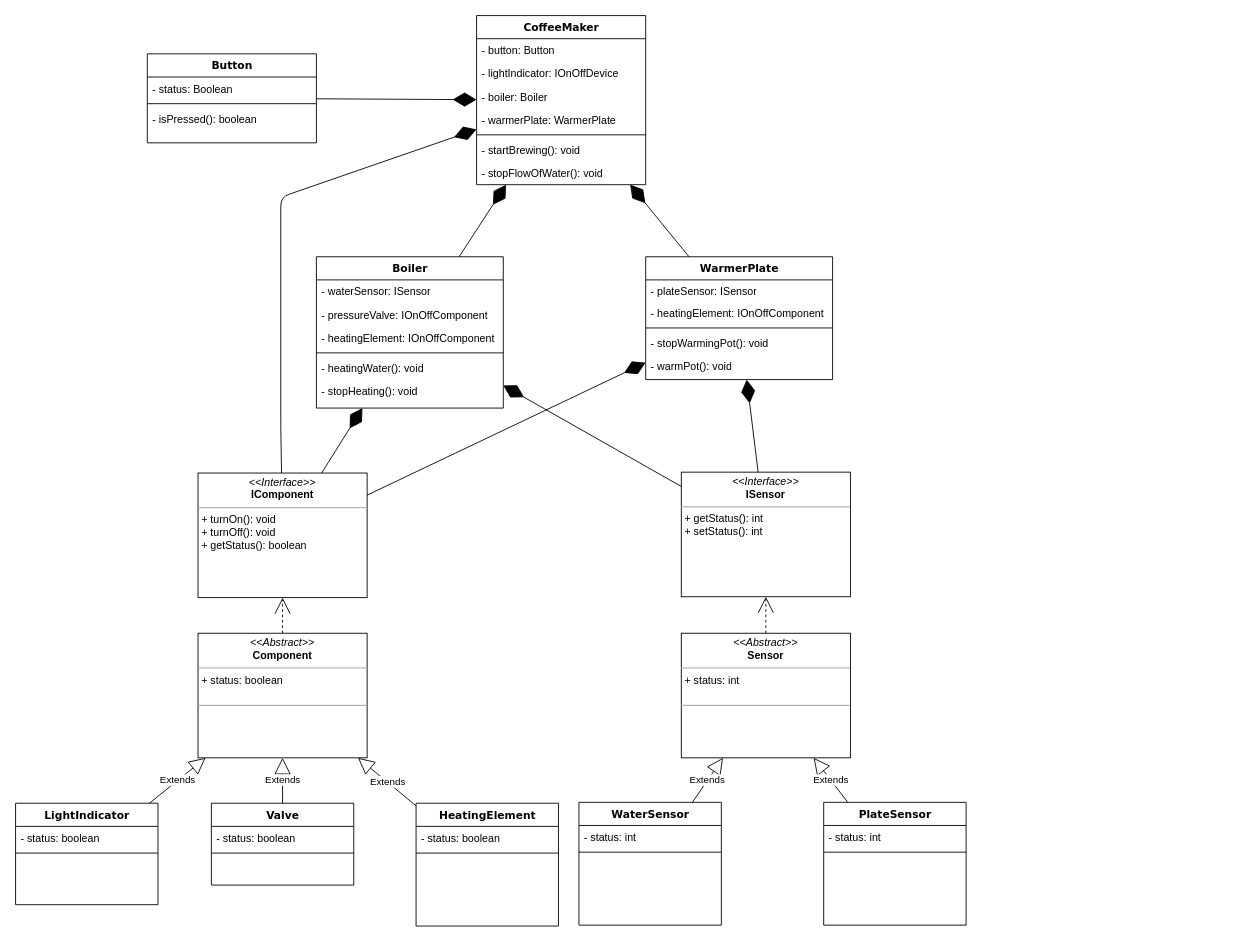
The draw.io diagram Resources/CoffeeMaker.drawio in aburgosu/CoffeeMaker-JAM, before the edit. Source tidied: cells renumbered, new cells numbered last; positions are measured from the earlier drawing's top-left corner, leaving out a move shared by most shapes. Both pictures are drawn from the tidied source at 89%, with x=0, y=0 at pixel (15, 15).
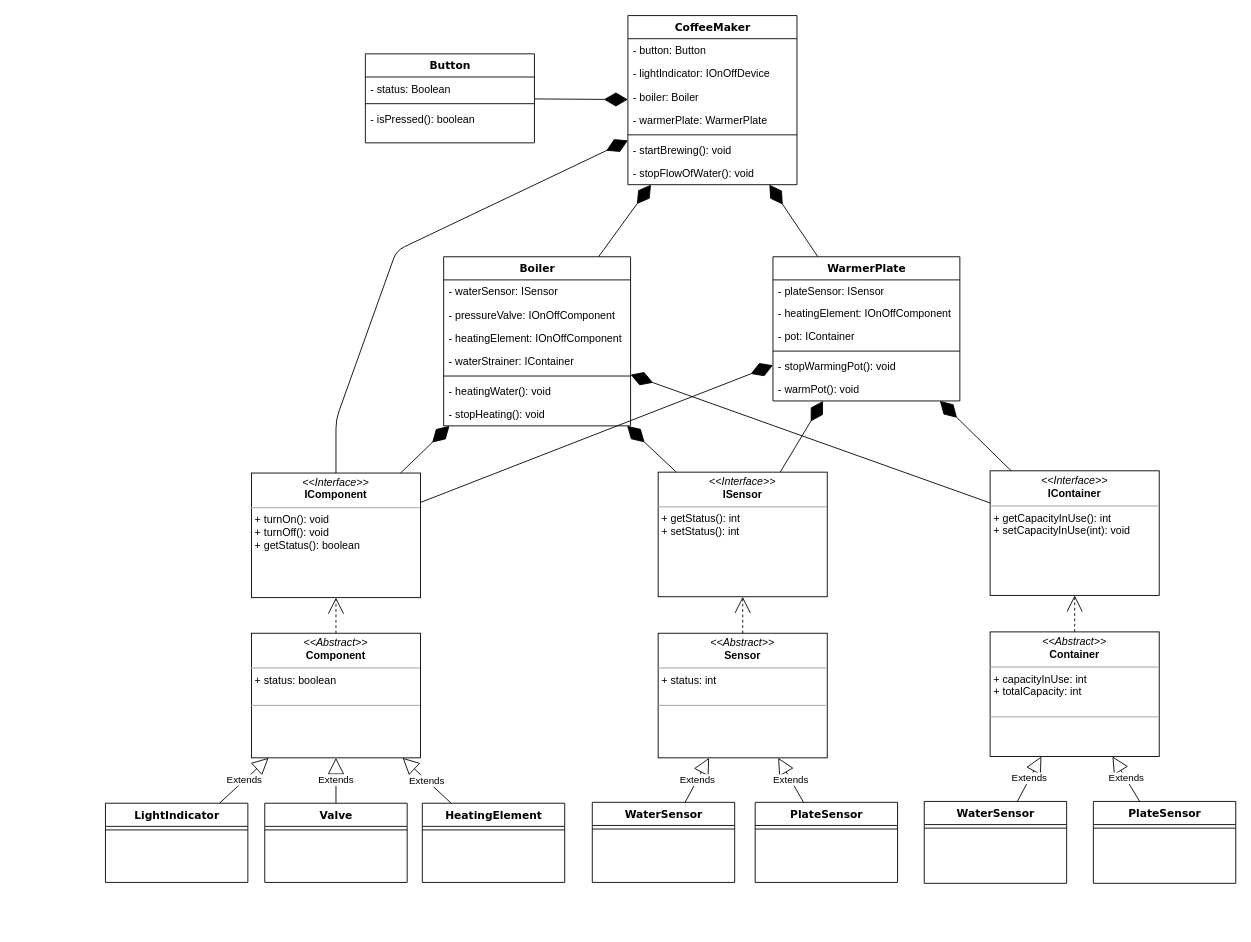
After the change.

Commit message (it also covers changes not shown here):
Container class and interface added in class diagram

Diff of the diagram source:
```diff
@@
     <mxCell id="2" value="LightIndicator" style="swimlane;html=1;fontStyle=1;align=center;verticalAlign=top;horizontal=1;startSize=26;swimlaneFillColor=#ffffff;rounded=0;shadow=0;comic=0;labelBackgroundColor=none;strokeColor=#000000;strokeWidth=1;fillColor=none;fontFamily=Verdana;fontSize=12;fontColor=#000000;" parent="1" vertex="1">
-      <mxGeometry y="885" width="160" height="114" as="geometry" />
+      <mxGeometry x="101" y="885" width="160" height="89" as="geometry" />
     </mxCell>
-    <mxCell id="3" value="- status: boolean" style="text;html=1;strokeColor=none;fillColor=none;align=left;verticalAlign=top;spacingLeft=4;spacingRight=4;whiteSpace=wrap;overflow=hidden;" parent="2" vertex="1">
-      <mxGeometry y="26" width="160" height="26" as="geometry" />
-    </mxCell>
     <mxCell id="4" style="line;html=1;strokeWidth=1;fillColor=none;align=left;verticalAlign=middle;spacingTop=-1;spacingLeft=3;spacingRight=3;labelPosition=right;" parent="2" vertex="1">
-      <mxGeometry y="52" width="160" height="8" as="geometry" />
+      <mxGeometry y="26" width="160" height="8" as="geometry" />
     </mxCell>
     <mxCell id="5" value="Valve" style="swimlane;html=1;fontStyle=1;align=center;verticalAlign=top;horizontal=1;startSize=26;swimlaneFillColor=#ffffff;rounded=0;shadow=0;comic=0;labelBackgroundColor=none;strokeColor=#000000;strokeWidth=1;fillColor=none;fontFamily=Verdana;fontSize=12;fontColor=#000000;" parent="1" vertex="1">
-      <mxGeometry x="220" y="885" width="160" height="92" as="geometry" />
+      <mxGeometry x="280" y="885" width="160" height="89" as="geometry" />
     </mxCell>
-    <mxCell id="6" value="- status: boolean" style="text;html=1;strokeColor=none;fillColor=none;align=left;verticalAlign=top;spacingLeft=4;spacingRight=4;whiteSpace=wrap;overflow=hidden;" parent="5" vertex="1">
-      <mxGeometry y="26" width="160" height="26" as="geometry" />
-    </mxCell>
     <mxCell id="7" style="line;html=1;strokeWidth=1;fillColor=none;align=left;verticalAlign=middle;spacingTop=-1;spacingLeft=3;spacingRight=3;labelPosition=right;" parent="5" vertex="1">
-      <mxGeometry y="52" width="160" height="8" as="geometry" />
+      <mxGeometry y="26" width="160" height="8" as="geometry" />
     </mxCell>
     <mxCell id="8" value="HeatingElement" style="swimlane;html=1;fontStyle=1;align=center;verticalAlign=top;horizontal=1;startSize=26;swimlaneFillColor=#ffffff;rounded=0;shadow=0;comic=0;labelBackgroundColor=none;strokeColor=#000000;strokeWidth=1;fillColor=none;fontFamily=Verdana;fontSize=12;fontColor=#000000;" parent="1" vertex="1">
-      <mxGeometry x="450" y="885" width="160" height="138" as="geometry" />
+      <mxGeometry x="457" y="885" width="160" height="89" as="geometry" />
     </mxCell>
-    <mxCell id="9" value="- status: boolean" style="text;html=1;strokeColor=none;fillColor=none;align=left;verticalAlign=top;spacingLeft=4;spacingRight=4;whiteSpace=wrap;overflow=hidden;" parent="8" vertex="1">
-      <mxGeometry y="26" width="160" height="26" as="geometry" />
-    </mxCell>
     <mxCell id="10" style="line;html=1;strokeWidth=1;fillColor=none;align=left;verticalAlign=middle;spacingTop=-1;spacingLeft=3;spacingRight=3;labelPosition=right;" parent="8" vertex="1">
-      <mxGeometry y="52" width="160" height="8" as="geometry" />
+      <mxGeometry y="26" width="160" height="8" as="geometry" />
     </mxCell>
     <mxCell id="11" value="&lt;p style=&quot;margin: 0px ; margin-top: 4px ; text-align: center&quot;&gt;&lt;i&gt;&amp;lt;&amp;lt;Interface&amp;gt;&amp;gt;&lt;/i&gt;&lt;br&gt;&lt;b&gt;IComponent&lt;/b&gt;&lt;/p&gt;&lt;hr size=&quot;1&quot;&gt;&lt;p style=&quot;margin: 0px ; margin-left: 4px&quot;&gt;&lt;/p&gt;&lt;p style=&quot;margin: 0px ; margin-left: 4px&quot;&gt;+ turnOn(): void&lt;br&gt;+ turnOff(): void&lt;/p&gt;&lt;p style=&quot;margin: 0px ; margin-left: 4px&quot;&gt;+ getStatus(): boolean&lt;/p&gt;" style="verticalAlign=top;align=left;overflow=fill;fontSize=12;fontFamily=Helvetica;html=1;rounded=0;shadow=0;comic=0;labelBackgroundColor=none;strokeColor=#000000;strokeWidth=1;fillColor=#ffffff;" parent="1" vertex="1">
-      <mxGeometry x="205" y="514" width="190" height="140" as="geometry" />
+      <mxGeometry x="265" y="514" width="190" height="140" as="geometry" />
     </mxCell>
     <mxCell id="12" value="&lt;p style=&quot;margin: 0px ; margin-top: 4px ; text-align: center&quot;&gt;&lt;i&gt;&amp;lt;&amp;lt;Interface&amp;gt;&amp;gt;&lt;/i&gt;&lt;br&gt;&lt;b&gt;ISensor&lt;/b&gt;&lt;/p&gt;&lt;hr size=&quot;1&quot;&gt;&lt;p style=&quot;margin: 0px ; margin-left: 4px&quot;&gt;&lt;/p&gt;&lt;p style=&quot;margin: 0px ; margin-left: 4px&quot;&gt;+ getStatus(): int&lt;/p&gt;&lt;p style=&quot;margin: 0px ; margin-left: 4px&quot;&gt;+ setStatus(): int&lt;/p&gt;" style="verticalAlign=top;align=left;overflow=fill;fontSize=12;fontFamily=Helvetica;html=1;rounded=0;shadow=0;comic=0;labelBackgroundColor=none;strokeColor=#000000;strokeWidth=1;fillColor=#ffffff;" parent="1" vertex="1">
-      <mxGeometry x="748" y="513" width="190" height="140" as="geometry" />
+      <mxGeometry x="722" y="513" width="190" height="140" as="geometry" />
     </mxCell>
     <mxCell id="13" value="&lt;p style=&quot;margin: 0px ; margin-top: 4px ; text-align: center&quot;&gt;&lt;i&gt;&amp;lt;&amp;lt;Abstract&amp;gt;&amp;gt;&lt;/i&gt;&lt;br&gt;&lt;b&gt;Sensor&lt;/b&gt;&lt;/p&gt;&lt;hr size=&quot;1&quot;&gt;&lt;p style=&quot;margin: 0px ; margin-left: 4px&quot;&gt;+ status: int&lt;br&gt;&lt;br&gt;&lt;/p&gt;&lt;hr size=&quot;1&quot;&gt;&lt;p style=&quot;margin: 0px ; margin-left: 4px&quot;&gt;&lt;br&gt;&lt;/p&gt;" style="verticalAlign=top;align=left;overflow=fill;fontSize=12;fontFamily=Helvetica;html=1;rounded=0;shadow=0;comic=0;labelBackgroundColor=none;strokeColor=#000000;strokeWidth=1;fillColor=#ffffff;" parent="1" vertex="1">
-      <mxGeometry x="748" y="694" width="190" height="140" as="geometry" />
+      <mxGeometry x="722" y="694" width="190" height="140" as="geometry" />
     </mxCell>
@@
     <mxCell id="15" value="WaterSensor" style="swimlane;html=1;fontStyle=1;align=center;verticalAlign=top;horizontal=1;startSize=26;swimlaneFillColor=#ffffff;rounded=0;shadow=0;comic=0;labelBackgroundColor=none;strokeColor=#000000;strokeWidth=1;fillColor=none;fontFamily=Verdana;fontSize=12;fontColor=#000000;" parent="1" vertex="1">
-      <mxGeometry x="633" y="884" width="160" height="138" as="geometry" />
+      <mxGeometry x="648" y="884" width="160" height="90" as="geometry" />
     </mxCell>
-    <mxCell id="16" value="- status: int" style="text;html=1;strokeColor=none;fillColor=none;align=left;verticalAlign=top;spacingLeft=4;spacingRight=4;whiteSpace=wrap;overflow=hidden;" parent="15" vertex="1">
-      <mxGeometry y="26" width="160" height="26" as="geometry" />
-    </mxCell>
     <mxCell id="17" style="line;html=1;strokeWidth=1;fillColor=none;align=left;verticalAlign=middle;spacingTop=-1;spacingLeft=3;spacingRight=3;labelPosition=right;" parent="15" vertex="1">
-      <mxGeometry y="52" width="160" height="8" as="geometry" />
+      <mxGeometry y="26" width="160" height="8" as="geometry" />
     </mxCell>
     <mxCell id="18" value="PlateSensor" style="swimlane;html=1;fontStyle=1;align=center;verticalAlign=top;horizontal=1;startSize=26;swimlaneFillColor=#ffffff;rounded=0;shadow=0;comic=0;labelBackgroundColor=none;strokeColor=#000000;strokeWidth=1;fillColor=none;fontFamily=Verdana;fontSize=12;fontColor=#000000;" parent="1" vertex="1">
-      <mxGeometry x="908" y="884" width="160" height="138" as="geometry" />
+      <mxGeometry x="831" y="884" width="160" height="90" as="geometry" />
     </mxCell>
-    <mxCell id="19" value="- status: int" style="text;html=1;strokeColor=none;fillColor=none;align=left;verticalAlign=top;spacingLeft=4;spacingRight=4;whiteSpace=wrap;overflow=hidden;" parent="18" vertex="1">
-      <mxGeometry y="26" width="160" height="26" as="geometry" />
-    </mxCell>
     <mxCell id="20" style="line;html=1;strokeWidth=1;fillColor=none;align=left;verticalAlign=middle;spacingTop=-1;spacingLeft=3;spacingRight=3;labelPosition=right;" parent="18" vertex="1">
-      <mxGeometry y="52" width="160" height="8" as="geometry" />
+      <mxGeometry y="26" width="160" height="8" as="geometry" />
     </mxCell>
@@
     <mxCell id="23" value="Boiler" style="swimlane;html=1;fontStyle=1;align=center;verticalAlign=top;horizontal=1;startSize=26;swimlaneFillColor=#ffffff;rounded=0;shadow=0;comic=0;labelBackgroundColor=none;strokeColor=#000000;strokeWidth=1;fillColor=none;fontFamily=Verdana;fontSize=12;fontColor=#000000;" parent="1" vertex="1">
-      <mxGeometry x="338" y="271" width="210" height="170" as="geometry" />
+      <mxGeometry x="481" y="271" width="210" height="190" as="geometry" />
     </mxCell>
@@
+    <mxCell id="61" value="- heatingElement: IOnOffComponent&lt;br&gt;" style="text;html=1;strokeColor=none;fillColor=none;align=left;verticalAlign=top;spacingLeft=4;spacingRight=4;whiteSpace=wrap;overflow=hidden;" parent="23" vertex="1">
+      <mxGeometry y="78" width="210" height="26" as="geometry" />
+    </mxCell>
-    <mxCell id="26" value="- heatingElement: IOnOffComponent&lt;br&gt;" style="text;html=1;strokeColor=none;fillColor=none;align=left;verticalAlign=top;spacingLeft=4;spacingRight=4;whiteSpace=wrap;overflow=hidden;" parent="23" vertex="1">
-      <mxGeometry y="78" width="210" height="26" as="geometry" />
+    <mxCell id="26" value="- waterStrainer: IContainer&lt;br&gt;" style="text;html=1;strokeColor=none;fillColor=none;align=left;verticalAlign=top;spacingLeft=4;spacingRight=4;whiteSpace=wrap;overflow=hidden;" parent="23" vertex="1">
+      <mxGeometry y="104" width="210" height="26" as="geometry" />
     </mxCell>
     <mxCell id="27" style="line;html=1;strokeWidth=1;fillColor=none;align=left;verticalAlign=middle;spacingTop=-1;spacingLeft=3;spacingRight=3;labelPosition=right;" parent="23" vertex="1">
-      <mxGeometry y="104" width="210" height="8" as="geometry" />
+      <mxGeometry y="130" width="210" height="8" as="geometry" />
     </mxCell>
     <mxCell id="28" value="- heatingWater(): void&lt;br&gt;" style="text;html=1;strokeColor=none;fillColor=none;align=left;verticalAlign=top;spacingLeft=4;spacingRight=4;whiteSpace=wrap;overflow=hidden;" parent="23" vertex="1">
-      <mxGeometry y="112" width="210" height="26" as="geometry" />
+      <mxGeometry y="138" width="210" height="26" as="geometry" />
     </mxCell>
     <mxCell id="29" value="- stopHeating(): void&lt;br&gt;" style="text;html=1;strokeColor=none;fillColor=none;align=left;verticalAlign=top;spacingLeft=4;spacingRight=4;whiteSpace=wrap;overflow=hidden;" parent="23" vertex="1">
-      <mxGeometry y="138" width="210" height="26" as="geometry" />
+      <mxGeometry y="164" width="210" height="26" as="geometry" />
     </mxCell>
     <mxCell id="30" value="WarmerPlate" style="swimlane;html=1;fontStyle=1;align=center;verticalAlign=top;horizontal=1;startSize=26;swimlaneFillColor=#ffffff;rounded=0;shadow=0;comic=0;labelBackgroundColor=none;strokeColor=#000000;strokeWidth=1;fillColor=none;fontFamily=Verdana;fontSize=12;fontColor=#000000;" parent="1" vertex="1">
-      <mxGeometry x="708" y="271" width="210" height="138" as="geometry" />
+      <mxGeometry x="851" y="271" width="210" height="162" as="geometry" />
     </mxCell>
@@
+    <mxCell id="62" value="- heatingElement: IOnOffComponent" style="text;html=1;strokeColor=none;fillColor=none;align=left;verticalAlign=top;spacingLeft=4;spacingRight=4;whiteSpace=wrap;overflow=hidden;" parent="30" vertex="1">
+      <mxGeometry y="50" width="210" height="26" as="geometry" />
+    </mxCell>
-    <mxCell id="32" value="- heatingElement: IOnOffComponent" style="text;html=1;strokeColor=none;fillColor=none;align=left;verticalAlign=top;spacingLeft=4;spacingRight=4;whiteSpace=wrap;overflow=hidden;" parent="30" vertex="1">
-      <mxGeometry y="50" width="210" height="26" as="geometry" />
+    <mxCell id="32" value="- pot: IContainer" style="text;html=1;strokeColor=none;fillColor=none;align=left;verticalAlign=top;spacingLeft=4;spacingRight=4;whiteSpace=wrap;overflow=hidden;" parent="30" vertex="1">
+      <mxGeometry y="76" width="210" height="26" as="geometry" />
     </mxCell>
     <mxCell id="33" style="line;html=1;strokeWidth=1;fillColor=none;align=left;verticalAlign=middle;spacingTop=-1;spacingLeft=3;spacingRight=3;labelPosition=right;" parent="30" vertex="1">
-      <mxGeometry y="76" width="210" height="8" as="geometry" />
+      <mxGeometry y="102" width="210" height="8" as="geometry" />
     </mxCell>
     <mxCell id="34" value="- stopWarmingPot(): void" style="text;html=1;strokeColor=none;fillColor=none;align=left;verticalAlign=top;spacingLeft=4;spacingRight=4;whiteSpace=wrap;overflow=hidden;" parent="30" vertex="1">
-      <mxGeometry y="84" width="210" height="26" as="geometry" />
+      <mxGeometry y="110" width="210" height="26" as="geometry" />
     </mxCell>
     <mxCell id="35" value="- warmPot(): void" style="text;html=1;strokeColor=none;fillColor=none;align=left;verticalAlign=top;spacingLeft=4;spacingRight=4;whiteSpace=wrap;overflow=hidden;" parent="30" vertex="1">
-      <mxGeometry y="110" width="210" height="26" as="geometry" />
+      <mxGeometry y="136" width="210" height="26" as="geometry" />
     </mxCell>
     <mxCell id="36" value="CoffeeMaker" style="swimlane;html=1;fontStyle=1;align=center;verticalAlign=top;horizontal=1;startSize=26;swimlaneFillColor=#ffffff;rounded=0;shadow=0;comic=0;labelBackgroundColor=none;strokeColor=#000000;strokeWidth=1;fillColor=none;fontFamily=Verdana;fontSize=12;fontColor=#000000;" parent="1" vertex="1">
-      <mxGeometry x="518" width="190" height="190" as="geometry" />
+      <mxGeometry x="688" width="190" height="190" as="geometry" />
     </mxCell>
@@
     <mxCell id="50" style="endArrow=diamondThin;endFill=1;endSize=24;html=1;" parent="1" edge="1" source="11" target="36">
       <mxGeometry relative="1" as="geometry">
         <Array as="points">
-          <mxPoint x="298" y="464" />
-          <mxPoint x="298" y="204" />
+          <mxPoint x="360" y="454" />
+          <mxPoint x="428" y="264" />
         </Array>
       </mxGeometry>
     </mxCell>
     <mxCell id="51" value="Button" style="swimlane;html=1;fontStyle=1;align=center;verticalAlign=top;horizontal=1;startSize=26;swimlaneFillColor=#ffffff;rounded=0;shadow=0;comic=0;labelBackgroundColor=none;strokeColor=#000000;strokeWidth=1;fillColor=none;fontFamily=Verdana;fontSize=12;fontColor=#000000;" parent="1" vertex="1">
-      <mxGeometry x="148" y="43" width="190" height="100" as="geometry" />
+      <mxGeometry x="393" y="43" width="190" height="100" as="geometry" />
     </mxCell>
@@
     <mxCell id="56" value="&lt;p style=&quot;margin: 0px ; margin-top: 4px ; text-align: center&quot;&gt;&lt;i&gt;&amp;lt;&amp;lt;Abstract&amp;gt;&amp;gt;&lt;/i&gt;&lt;br&gt;&lt;b&gt;Component&lt;/b&gt;&lt;/p&gt;&lt;hr size=&quot;1&quot;&gt;&lt;p style=&quot;margin: 0px ; margin-left: 4px&quot;&gt;+ status: boolean&lt;br&gt;&lt;br&gt;&lt;/p&gt;&lt;hr size=&quot;1&quot;&gt;&lt;p style=&quot;margin: 0px ; margin-left: 4px&quot;&gt;&lt;br&gt;&lt;/p&gt;" style="verticalAlign=top;align=left;overflow=fill;fontSize=12;fontFamily=Helvetica;html=1;rounded=0;shadow=0;comic=0;labelBackgroundColor=none;strokeColor=#000000;strokeWidth=1;fillColor=#ffffff;" parent="1" vertex="1">
-      <mxGeometry x="205" y="694" width="190" height="140" as="geometry" />
+      <mxGeometry x="265" y="694" width="190" height="140" as="geometry" />
     </mxCell>
@@
+    <mxCell id="63" value="&lt;p style=&quot;margin: 0px ; margin-top: 4px ; text-align: center&quot;&gt;&lt;i&gt;&amp;lt;&amp;lt;Interface&amp;gt;&amp;gt;&lt;/i&gt;&lt;br&gt;&lt;b&gt;IContainer&lt;/b&gt;&lt;/p&gt;&lt;hr size=&quot;1&quot;&gt;&lt;p style=&quot;margin: 0px ; margin-left: 4px&quot;&gt;&lt;/p&gt;&lt;p style=&quot;margin: 0px ; margin-left: 4px&quot;&gt;+ getCapacityInUse(): int&lt;/p&gt;&lt;p style=&quot;margin: 0px ; margin-left: 4px&quot;&gt;+ setCapacityInUse(int): void&lt;/p&gt;" style="verticalAlign=top;align=left;overflow=fill;fontSize=12;fontFamily=Helvetica;html=1;rounded=0;shadow=0;comic=0;labelBackgroundColor=none;strokeColor=#000000;strokeWidth=1;fillColor=#ffffff;" parent="1" vertex="1">
+      <mxGeometry x="1095" y="511.5" width="190" height="140" as="geometry" />
+    </mxCell>
+    <mxCell id="64" value="&lt;p style=&quot;margin: 0px ; margin-top: 4px ; text-align: center&quot;&gt;&lt;i&gt;&amp;lt;&amp;lt;Abstract&amp;gt;&amp;gt;&lt;/i&gt;&lt;br&gt;&lt;b&gt;Container&lt;/b&gt;&lt;/p&gt;&lt;hr size=&quot;1&quot;&gt;&lt;p style=&quot;margin: 0px ; margin-left: 4px&quot;&gt;+ capacityInUse: int&lt;/p&gt;&lt;p style=&quot;margin: 0px ; margin-left: 4px&quot;&gt;+ totalCapacity: int&lt;br&gt;&lt;br&gt;&lt;/p&gt;&lt;hr size=&quot;1&quot;&gt;&lt;p style=&quot;margin: 0px ; margin-left: 4px&quot;&gt;&lt;br&gt;&lt;/p&gt;" style="verticalAlign=top;align=left;overflow=fill;fontSize=12;fontFamily=Helvetica;html=1;rounded=0;shadow=0;comic=0;labelBackgroundColor=none;strokeColor=#000000;strokeWidth=1;fillColor=#ffffff;" parent="1" vertex="1">
+      <mxGeometry x="1095" y="692.5" width="190" height="140" as="geometry" />
+    </mxCell>
+    <mxCell id="65" style="edgeStyle=orthogonalEdgeStyle;rounded=0;html=1;dashed=1;labelBackgroundColor=none;startArrow=none;startFill=0;startSize=8;endArrow=open;endFill=0;endSize=16;fontFamily=Verdana;fontSize=12;" parent="1" edge="1" source="64" target="63">
+      <mxGeometry relative="1" as="geometry" />
+    </mxCell>
+    <mxCell id="66" value="WaterSensor" style="swimlane;html=1;fontStyle=1;align=center;verticalAlign=top;horizontal=1;startSize=26;swimlaneFillColor=#ffffff;rounded=0;shadow=0;comic=0;labelBackgroundColor=none;strokeColor=#000000;strokeWidth=1;fillColor=none;fontFamily=Verdana;fontSize=12;fontColor=#000000;" parent="1" vertex="1">
+      <mxGeometry x="1021" y="883" width="160" height="92" as="geometry" />
+    </mxCell>
+    <mxCell id="67" style="line;html=1;strokeWidth=1;fillColor=none;align=left;verticalAlign=middle;spacingTop=-1;spacingLeft=3;spacingRight=3;labelPosition=right;" parent="66" vertex="1">
+      <mxGeometry y="26" width="160" height="8" as="geometry" />
+    </mxCell>
+    <mxCell id="68" value="PlateSensor" style="swimlane;html=1;fontStyle=1;align=center;verticalAlign=top;horizontal=1;startSize=26;swimlaneFillColor=#ffffff;rounded=0;shadow=0;comic=0;labelBackgroundColor=none;strokeColor=#000000;strokeWidth=1;fillColor=none;fontFamily=Verdana;fontSize=12;fontColor=#000000;" parent="1" vertex="1">
+      <mxGeometry x="1211" y="883" width="160" height="92" as="geometry" />
+    </mxCell>
+    <mxCell id="69" style="line;html=1;strokeWidth=1;fillColor=none;align=left;verticalAlign=middle;spacingTop=-1;spacingLeft=3;spacingRight=3;labelPosition=right;" parent="68" vertex="1">
+      <mxGeometry y="26" width="160" height="8" as="geometry" />
+    </mxCell>
+    <mxCell id="70" value="Extends" style="endArrow=block;endSize=16;endFill=0;html=1;" parent="1" edge="1" source="66" target="64">
+      <mxGeometry relative="1" as="geometry" />
+    </mxCell>
+    <mxCell id="71" value="Extends" style="endArrow=block;endSize=16;endFill=0;html=1;" parent="1" edge="1" source="68" target="64">
+      <mxGeometry relative="1" as="geometry" />
+    </mxCell>
+    <mxCell id="72" style="endArrow=diamondThin;endFill=1;endSize=24;html=1;" parent="1" edge="1" source="63" target="23">
+      <mxGeometry relative="1" as="geometry" />
+    </mxCell>
+    <mxCell id="73" style="endArrow=diamondThin;endFill=1;endSize=24;html=1;" parent="1" edge="1" source="63" target="30">
+      <mxGeometry relative="1" as="geometry" />
+    </mxCell>
```
